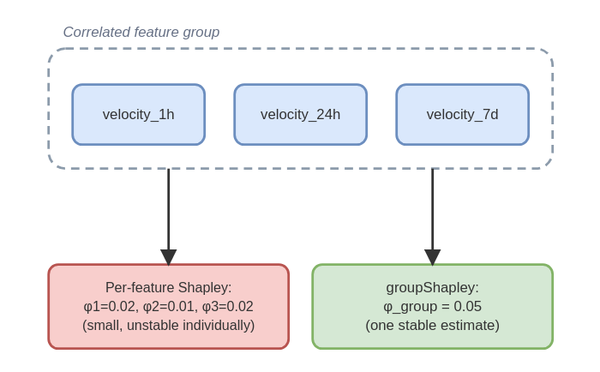
Above: posts/explaining-black-box-predictions/diagrams/groupshapley.drawio.svg in DMLF1/blog (draw.io), before the change. Source tidied: cells renumbered, new cells last; positions are measured from the earlier drawing's top-left corner, leaving out a move shared by most shapes.
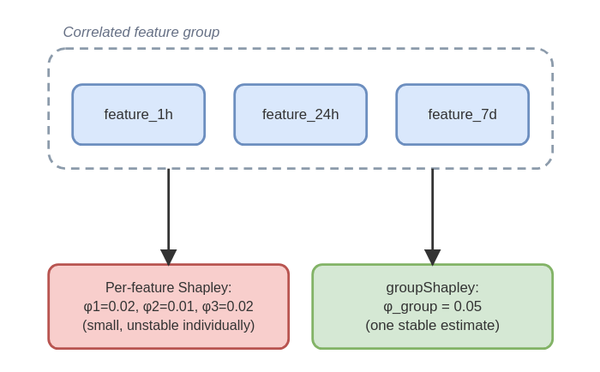
The same diagram one commit later.

Commit message:
Strip internal/company-specific framing from the Shapley post

Change to the diagram source:
```diff
@@ -5,13 +5,13 @@
     <mxCell id="2" style="rounded=1;whiteSpace=wrap;html=1;fillColor=none;strokeColor=#8c9bab;dashed=1;verticalAlign=top;spacingTop=6;fontStyle=2;fontColor=#667085;" parent="1" vertex="1">
       <mxGeometry width="420" height="100" as="geometry" />
     </mxCell>
-    <mxCell id="3" value="velocity_1h" style="rounded=1;whiteSpace=wrap;html=1;fillColor=#dae8fc;strokeColor=#6c8ebf;" parent="1" vertex="1">
+    <mxCell id="3" value="feature_1h" style="rounded=1;whiteSpace=wrap;html=1;fillColor=#dae8fc;strokeColor=#6c8ebf;" parent="1" vertex="1">
       <mxGeometry x="20" y="30" width="110" height="50" as="geometry" />
     </mxCell>
-    <mxCell id="4" value="velocity_24h" style="rounded=1;whiteSpace=wrap;html=1;fillColor=#dae8fc;strokeColor=#6c8ebf;" parent="1" vertex="1">
+    <mxCell id="4" value="feature_24h" style="rounded=1;whiteSpace=wrap;html=1;fillColor=#dae8fc;strokeColor=#6c8ebf;" parent="1" vertex="1">
       <mxGeometry x="155" y="30" width="110" height="50" as="geometry" />
     </mxCell>
-    <mxCell id="5" value="velocity_7d" style="rounded=1;whiteSpace=wrap;html=1;fillColor=#dae8fc;strokeColor=#6c8ebf;" parent="1" vertex="1">
+    <mxCell id="5" value="feature_7d" style="rounded=1;whiteSpace=wrap;html=1;fillColor=#dae8fc;strokeColor=#6c8ebf;" parent="1" vertex="1">
       <mxGeometry x="290" y="30" width="110" height="50" as="geometry" />
     </mxCell>
     <mxCell id="6" value="Per-feature Shapley:&#10;phi1 = 0.02, phi2 = 0.01, phi3 = 0.02&#10;(small, unstable individually)" style="rounded=1;whiteSpace=wrap;html=1;fillColor=#f8cecc;strokeColor=#b85450;" parent="1" vertex="1">
```
